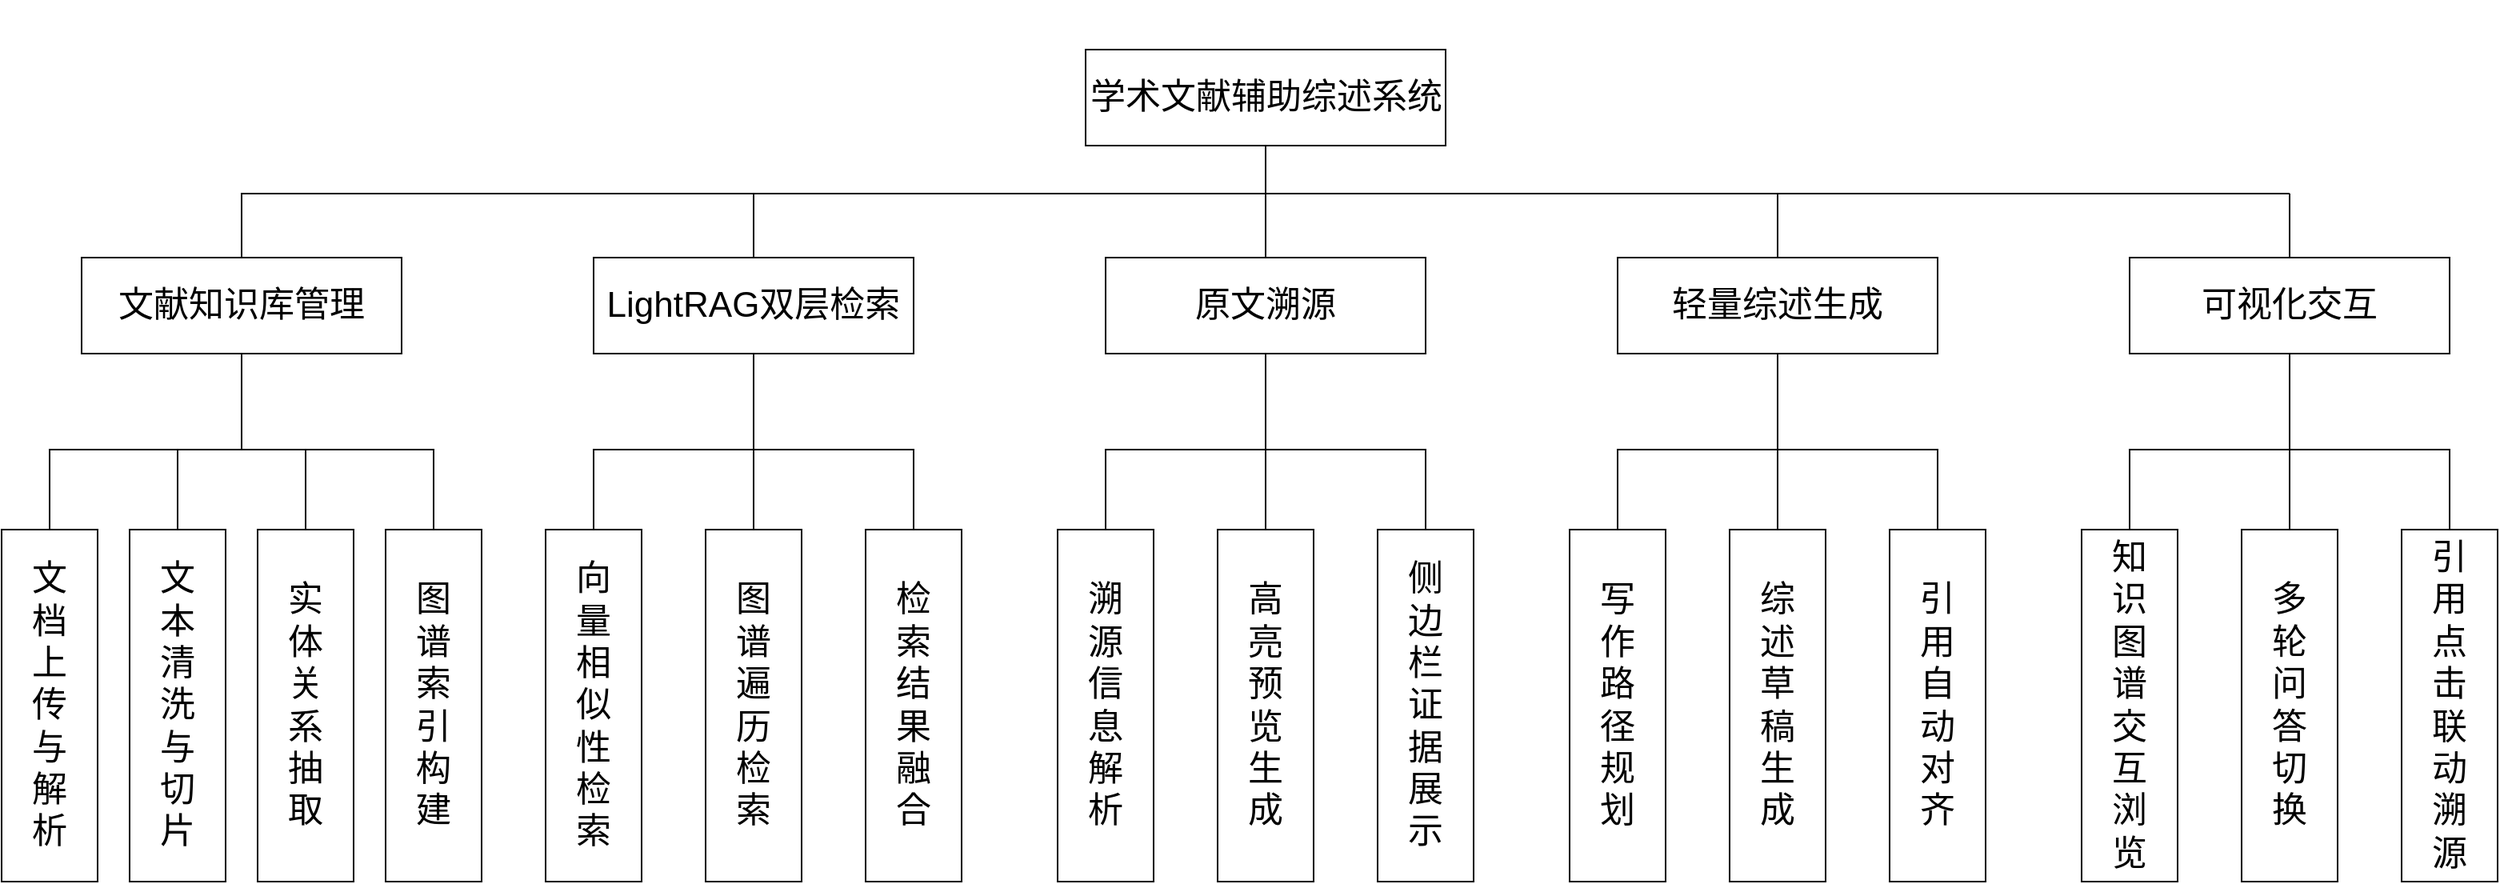
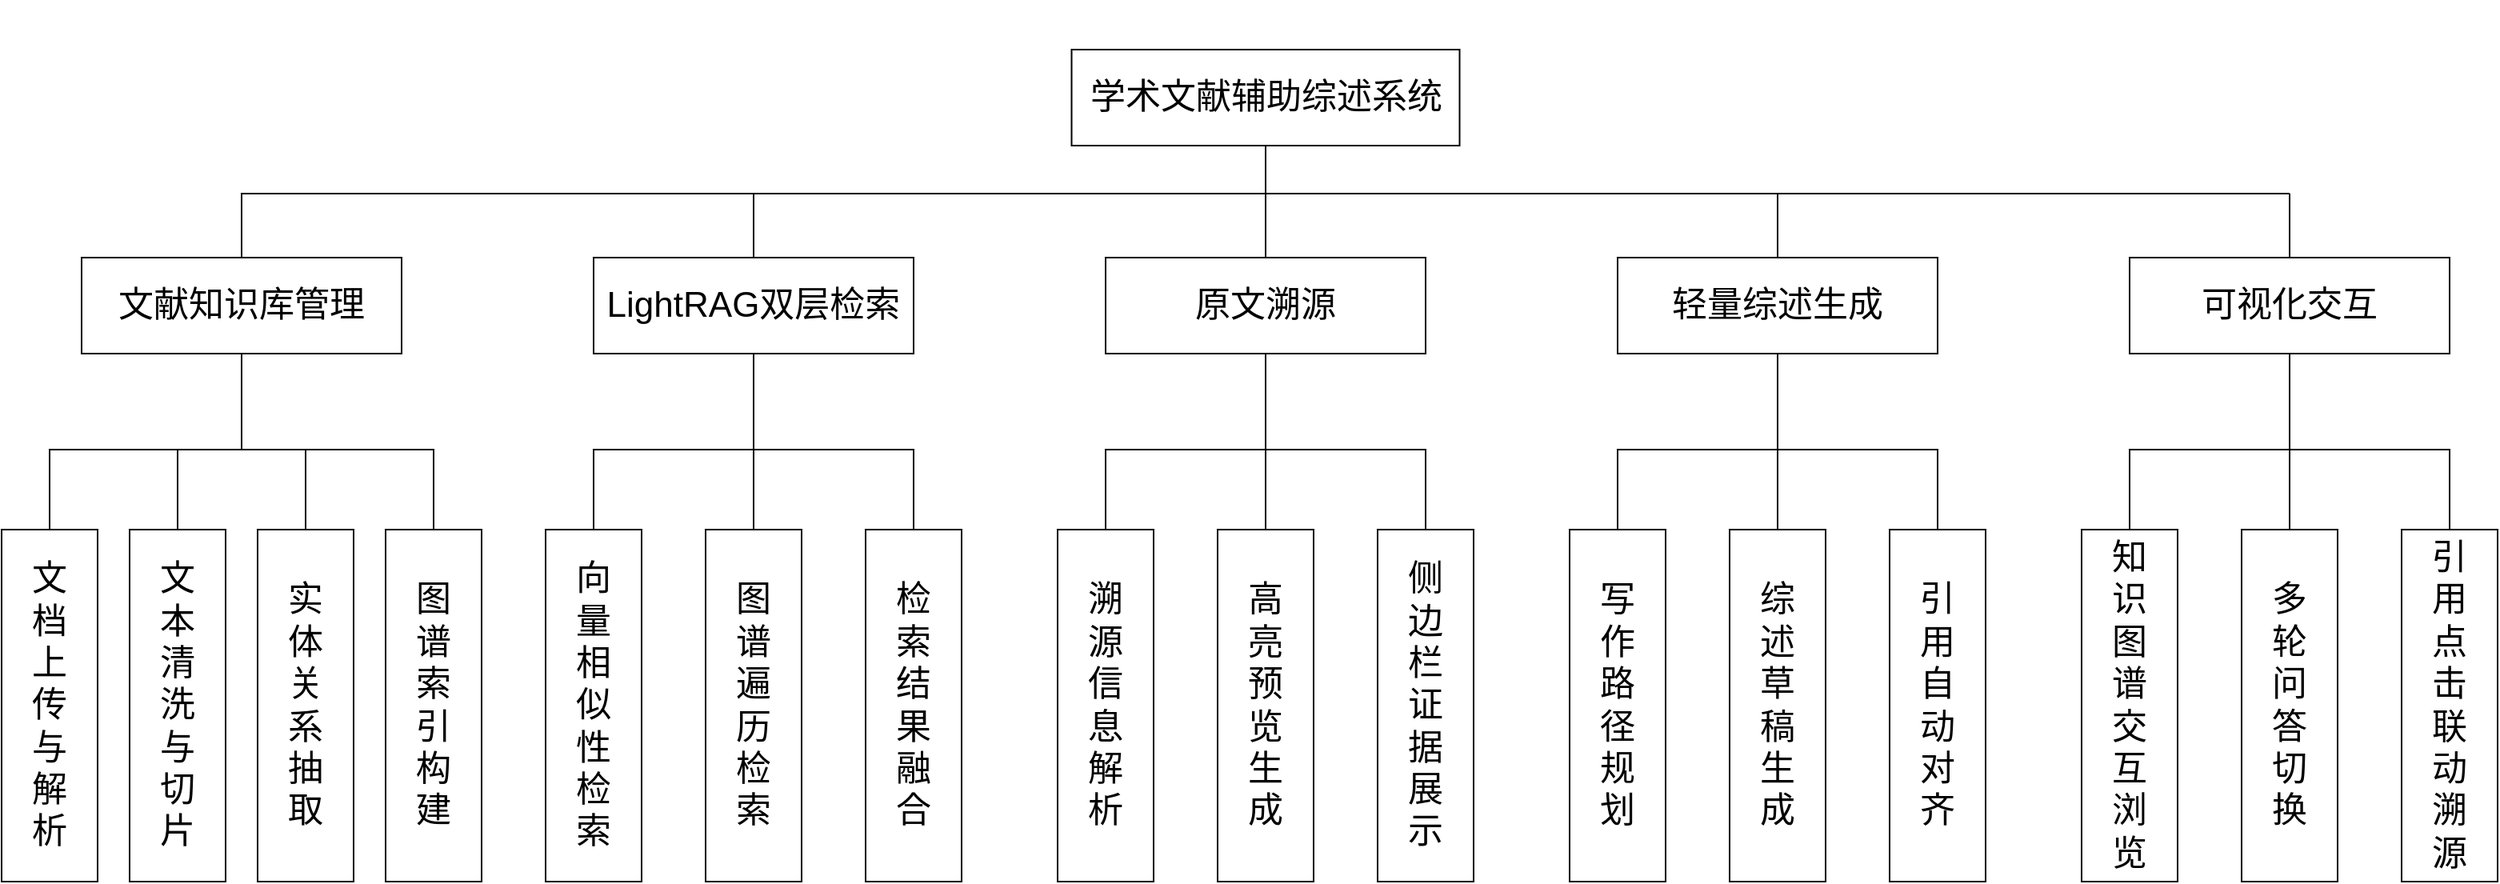
<mxfile host="app.diagrams.net" agent="Mozilla/5.0 (Windows NT 10.0; Win64; x64) AppleWebKit/537.36 (KHTML, like Gecko) Chrome/143.0.0.0 Safari/537.36 Edg/143.0.0.0">
  <diagram name="第 1 页" id="kCGOB4NbzOLxN3a2imSw">
    <mxGraphModel dx="2846" dy="1015" grid="1" gridSize="10" guides="1" tooltips="1" connect="1" arrows="1" fold="1" page="0" pageScale="1" pageWidth="827" pageHeight="1169" math="0" shadow="0">
      <root>
        <mxCell id="0" />
        <mxCell id="1" parent="0" />
        <mxCell id="-he248ucSGp0f2jcVjUM-1" parent="1" style="rounded=0;whiteSpace=wrap;html=1;fontSize=22;" value="&lt;font&gt;学术文献辅助综述系统&lt;/font&gt;" vertex="1">
-           <mxGeometry height="60" width="225" x="-112.5" y="60" as="geometry" />
+           <mxGeometry height="60" width="242.5" x="-121.25" y="60" as="geometry" />
        </mxCell>
        <mxCell id="-he248ucSGp0f2jcVjUM-2" parent="1" style="rounded=0;whiteSpace=wrap;html=1;fontSize=22;" value="&lt;font&gt;文献知识库管理&lt;/font&gt;" vertex="1">
          <mxGeometry height="60" width="200" x="-740" y="190" as="geometry" />
        </mxCell>
        <mxCell id="-he248ucSGp0f2jcVjUM-3" parent="1" style="rounded=0;whiteSpace=wrap;html=1;fontSize=22;" value="&lt;font&gt;LightRAG双层检索&lt;/font&gt;" vertex="1">
          <mxGeometry height="60" width="200" x="-420" y="190" as="geometry" />
        </mxCell>
        <mxCell id="-he248ucSGp0f2jcVjUM-4" parent="1" style="rounded=0;whiteSpace=wrap;html=1;fontSize=22;" value="&lt;span&gt;轻量综述生成&lt;/span&gt;" vertex="1">
          <mxGeometry height="60" width="200" x="220" y="190" as="geometry" />
        </mxCell>
        <mxCell id="-he248ucSGp0f2jcVjUM-5" parent="1" style="rounded=0;whiteSpace=wrap;html=1;fontSize=22;" value="&lt;span&gt;可视化交互&lt;/span&gt;" vertex="1">
          <mxGeometry height="60" width="200" x="540" y="190" as="geometry" />
        </mxCell>
        <mxCell id="-he248ucSGp0f2jcVjUM-8" parent="1" style="shape=partialRectangle;whiteSpace=wrap;html=1;bottom=0;right=0;fillColor=none;fontSize=22;" value="" vertex="1">
          <mxGeometry height="40" width="480" x="-640" y="150" as="geometry" />
        </mxCell>
        <mxCell id="-he248ucSGp0f2jcVjUM-9" parent="1" style="shape=partialRectangle;whiteSpace=wrap;html=1;bottom=0;right=0;fillColor=none;rotation=-180;fontSize=22;" value="" vertex="1">
          <mxGeometry height="30" width="480" x="-480" y="120" as="geometry" />
        </mxCell>
        <mxCell id="-he248ucSGp0f2jcVjUM-12" parent="1" style="shape=partialRectangle;whiteSpace=wrap;html=1;top=0;bottom=0;fillColor=none;fontSize=22;" value="" vertex="1">
          <mxGeometry height="40" width="320" y="150" as="geometry" />
        </mxCell>
        <mxCell id="-he248ucSGp0f2jcVjUM-14" parent="1" style="shape=partialRectangle;whiteSpace=wrap;html=1;right=0;top=0;bottom=0;fillColor=none;routingCenterX=-0.5;rotation=-90;fontSize=22;" value="" vertex="1">
          <mxGeometry height="480" width="120" x="180" y="-150" as="geometry" />
        </mxCell>
        <mxCell id="-he248ucSGp0f2jcVjUM-15" parent="1" style="shape=partialRectangle;whiteSpace=wrap;html=1;top=0;bottom=0;fillColor=none;fontSize=22;" value="" vertex="1">
          <mxGeometry height="40" width="320" x="-320" y="150" as="geometry" />
        </mxCell>
        <mxCell id="-he248ucSGp0f2jcVjUM-16" parent="1" style="shape=partialRectangle;whiteSpace=wrap;html=1;right=0;top=0;bottom=0;fillColor=none;routingCenterX=-0.5;fontSize=22;" value="" vertex="1">
          <mxGeometry height="60" width="120" x="-640" y="250" as="geometry" />
        </mxCell>
        <mxCell id="-he248ucSGp0f2jcVjUM-17" parent="1" style="shape=partialRectangle;whiteSpace=wrap;html=1;right=0;top=0;bottom=0;fillColor=none;routingCenterX=-0.5;fontSize=22;" value="" vertex="1">
          <mxGeometry height="60" width="120" x="-320" y="250" as="geometry" />
        </mxCell>
        <mxCell id="-he248ucSGp0f2jcVjUM-18" parent="1" style="shape=partialRectangle;whiteSpace=wrap;html=1;right=0;top=0;bottom=0;fillColor=none;routingCenterX=-0.5;fontSize=22;" value="" vertex="1">
          <mxGeometry height="60" width="120" x="320" y="250" as="geometry" />
        </mxCell>
        <mxCell id="-he248ucSGp0f2jcVjUM-19" parent="1" style="shape=partialRectangle;whiteSpace=wrap;html=1;right=0;top=0;bottom=0;fillColor=none;routingCenterX=-0.5;fontSize=22;" value="" vertex="1">
          <mxGeometry height="60" width="120" x="640" y="250" as="geometry" />
        </mxCell>
        <mxCell id="-he248ucSGp0f2jcVjUM-20" parent="1" style="shape=partialRectangle;whiteSpace=wrap;html=1;bottom=0;right=0;fillColor=none;flipH=0;legacyAnchorPoints=0;flipV=0;fontSize=22;" value="" vertex="1">
          <mxGeometry height="50" width="120" x="-760" y="310" as="geometry" />
        </mxCell>
        <mxCell id="-he248ucSGp0f2jcVjUM-23" parent="1" style="shape=partialRectangle;whiteSpace=wrap;html=1;bottom=0;right=0;fillColor=none;flipH=1;legacyAnchorPoints=0;flipV=0;fontSize=22;" value="" vertex="1">
          <mxGeometry height="50" width="120" x="-640" y="310" as="geometry" />
        </mxCell>
        <mxCell id="-he248ucSGp0f2jcVjUM-24" parent="1" style="shape=partialRectangle;whiteSpace=wrap;html=1;top=0;bottom=0;fillColor=none;fontSize=22;" value="" vertex="1">
          <mxGeometry height="50" width="80" x="-680" y="310" as="geometry" />
        </mxCell>
        <mxCell id="-he248ucSGp0f2jcVjUM-26" parent="1" style="shape=partialRectangle;whiteSpace=wrap;html=1;bottom=0;right=0;fillColor=none;flipH=0;legacyAnchorPoints=0;flipV=0;fontSize=22;" value="" vertex="1">
          <mxGeometry height="50" width="100" x="-420" y="310" as="geometry" />
        </mxCell>
        <mxCell id="-he248ucSGp0f2jcVjUM-36" parent="1" style="rounded=0;whiteSpace=wrap;html=1;fontSize=22;" value="&lt;font&gt;文&lt;/font&gt;&lt;div&gt;&lt;font&gt;档&lt;/font&gt;&lt;/div&gt;&lt;div&gt;&lt;font&gt;上&lt;/font&gt;&lt;/div&gt;&lt;div&gt;&lt;font&gt;传&lt;/font&gt;&lt;/div&gt;&lt;div&gt;&lt;font&gt;与&lt;/font&gt;&lt;/div&gt;&lt;div&gt;&lt;font&gt;解&lt;/font&gt;&lt;/div&gt;&lt;div&gt;&lt;font&gt;析&lt;/font&gt;&lt;/div&gt;" vertex="1">
          <mxGeometry height="220" width="60" x="-790" y="360" as="geometry" />
        </mxCell>
        <mxCell id="-he248ucSGp0f2jcVjUM-37" parent="1" style="rounded=0;whiteSpace=wrap;html=1;fontSize=22;" value="&lt;font&gt;文&lt;/font&gt;&lt;div&gt;&lt;font&gt;本&lt;/font&gt;&lt;/div&gt;&lt;div&gt;&lt;font&gt;清&lt;/font&gt;&lt;/div&gt;&lt;div&gt;&lt;font&gt;洗&lt;/font&gt;&lt;/div&gt;&lt;div&gt;&lt;font&gt;与&lt;/font&gt;&lt;/div&gt;&lt;div&gt;&lt;span style=&quot;background-color: transparent; color: light-dark(rgb(0, 0, 0), rgb(255, 255, 255));&quot;&gt;&lt;font&gt;切&lt;/font&gt;&lt;/span&gt;&lt;/div&gt;&lt;div&gt;&lt;span style=&quot;background-color: transparent; color: light-dark(rgb(0, 0, 0), rgb(255, 255, 255));&quot;&gt;&lt;font&gt;片&lt;/font&gt;&lt;/span&gt;&lt;/div&gt;" vertex="1">
          <mxGeometry height="220" width="60" x="-710" y="360" as="geometry" />
        </mxCell>
        <mxCell id="-he248ucSGp0f2jcVjUM-38" parent="1" style="rounded=0;whiteSpace=wrap;html=1;fontSize=22;" value="&lt;font&gt;实&lt;/font&gt;&lt;div&gt;&lt;font&gt;体&lt;/font&gt;&lt;/div&gt;&lt;div&gt;&lt;font&gt;关&lt;/font&gt;&lt;/div&gt;&lt;div&gt;&lt;font&gt;系&lt;/font&gt;&lt;/div&gt;&lt;div&gt;&lt;font&gt;抽&lt;/font&gt;&lt;/div&gt;&lt;div&gt;&lt;font&gt;取&lt;/font&gt;&lt;/div&gt;" vertex="1">
          <mxGeometry height="220" width="60" x="-630" y="360" as="geometry" />
        </mxCell>
        <mxCell id="-he248ucSGp0f2jcVjUM-39" parent="1" style="rounded=0;whiteSpace=wrap;html=1;fontSize=22;" value="&lt;font&gt;图&lt;/font&gt;&lt;div&gt;&lt;font&gt;谱&lt;/font&gt;&lt;/div&gt;&lt;div&gt;&lt;font&gt;索&lt;/font&gt;&lt;/div&gt;&lt;div&gt;&lt;font&gt;引&lt;/font&gt;&lt;/div&gt;&lt;div&gt;&lt;font&gt;构&lt;/font&gt;&lt;/div&gt;&lt;div&gt;&lt;font&gt;建&lt;/font&gt;&lt;/div&gt;" vertex="1">
          <mxGeometry height="220" width="60" x="-550" y="360" as="geometry" />
        </mxCell>
        <mxCell id="-he248ucSGp0f2jcVjUM-40" parent="1" style="rounded=0;whiteSpace=wrap;html=1;fontSize=22;" value="&lt;font&gt;向&lt;/font&gt;&lt;div&gt;&lt;font&gt;量&lt;/font&gt;&lt;/div&gt;&lt;div&gt;&lt;font&gt;相&lt;/font&gt;&lt;/div&gt;&lt;div&gt;&lt;font&gt;似&lt;/font&gt;&lt;/div&gt;&lt;div&gt;&lt;font&gt;性&lt;/font&gt;&lt;/div&gt;&lt;div&gt;&lt;font&gt;检&lt;/font&gt;&lt;/div&gt;&lt;div&gt;&lt;font&gt;索&lt;/font&gt;&lt;/div&gt;" vertex="1">
          <mxGeometry height="220" width="60" x="-450" y="360" as="geometry" />
        </mxCell>
        <mxCell id="-he248ucSGp0f2jcVjUM-41" parent="1" style="rounded=0;whiteSpace=wrap;html=1;fontSize=22;" value="图&lt;div&gt;谱&lt;/div&gt;&lt;div&gt;遍&lt;/div&gt;&lt;div&gt;历&lt;/div&gt;&lt;div&gt;检&lt;/div&gt;&lt;div&gt;索&lt;/div&gt;" vertex="1">
          <mxGeometry height="220" width="60" x="-350" y="360" as="geometry" />
        </mxCell>
        <mxCell id="-he248ucSGp0f2jcVjUM-42" parent="1" style="rounded=0;whiteSpace=wrap;html=1;fontSize=22;" value="&lt;font&gt;检&lt;/font&gt;&lt;div&gt;&lt;font&gt;索&lt;/font&gt;&lt;/div&gt;&lt;div&gt;&lt;font&gt;结&lt;/font&gt;&lt;/div&gt;&lt;div&gt;&lt;font&gt;果&lt;/font&gt;&lt;/div&gt;&lt;div&gt;&lt;font&gt;融&lt;/font&gt;&lt;/div&gt;&lt;div&gt;&lt;font&gt;合&lt;/font&gt;&lt;/div&gt;" vertex="1">
          <mxGeometry height="220" width="60" x="-250" y="360" as="geometry" />
        </mxCell>
        <mxCell id="-he248ucSGp0f2jcVjUM-45" parent="1" style="shape=partialRectangle;whiteSpace=wrap;html=1;bottom=0;right=0;fillColor=none;flipH=1;legacyAnchorPoints=0;flipV=0;fontSize=22;" value="" vertex="1">
          <mxGeometry height="50" width="100" x="-320" y="310" as="geometry" />
        </mxCell>
        <mxCell id="-he248ucSGp0f2jcVjUM-52" parent="1" style="rounded=0;whiteSpace=wrap;html=1;fontSize=22;" value="&lt;font&gt;写&lt;/font&gt;&lt;div&gt;&lt;font&gt;作&lt;/font&gt;&lt;/div&gt;&lt;div&gt;&lt;font&gt;路&lt;/font&gt;&lt;/div&gt;&lt;div&gt;&lt;font&gt;径&lt;/font&gt;&lt;/div&gt;&lt;div&gt;&lt;font&gt;规&lt;/font&gt;&lt;/div&gt;&lt;div&gt;&lt;font&gt;划&lt;/font&gt;&lt;/div&gt;" vertex="1">
          <mxGeometry height="220" width="60" x="190" y="360" as="geometry" />
        </mxCell>
        <mxCell id="-he248ucSGp0f2jcVjUM-53" parent="1" style="rounded=0;whiteSpace=wrap;html=1;fontSize=22;" value="&lt;font&gt;综&lt;/font&gt;&lt;div&gt;&lt;font&gt;述&lt;/font&gt;&lt;/div&gt;&lt;div&gt;&lt;font&gt;草&lt;/font&gt;&lt;/div&gt;&lt;div&gt;&lt;font&gt;稿&lt;/font&gt;&lt;/div&gt;&lt;div&gt;&lt;font&gt;生&lt;/font&gt;&lt;/div&gt;&lt;div&gt;&lt;font&gt;成&lt;/font&gt;&lt;/div&gt;" vertex="1">
          <mxGeometry height="220" width="60" x="290" y="360" as="geometry" />
        </mxCell>
        <mxCell id="-he248ucSGp0f2jcVjUM-54" parent="1" style="rounded=0;whiteSpace=wrap;html=1;fontSize=22;" value="&lt;font&gt;引&lt;/font&gt;&lt;div&gt;&lt;font&gt;用&lt;/font&gt;&lt;/div&gt;&lt;div&gt;&lt;font&gt;自&lt;/font&gt;&lt;/div&gt;&lt;div&gt;&lt;font&gt;动&lt;/font&gt;&lt;/div&gt;&lt;div&gt;&lt;font&gt;对&lt;/font&gt;&lt;/div&gt;&lt;div&gt;&lt;font&gt;齐&lt;/font&gt;&lt;/div&gt;" vertex="1">
          <mxGeometry height="220" width="60" x="390" y="360" as="geometry" />
        </mxCell>
        <mxCell id="-he248ucSGp0f2jcVjUM-55" parent="1" style="rounded=0;whiteSpace=wrap;html=1;fontSize=22;" value="&lt;font&gt;知&lt;/font&gt;&lt;div&gt;&lt;font&gt;识&lt;/font&gt;&lt;/div&gt;&lt;div&gt;&lt;font&gt;图&lt;/font&gt;&lt;/div&gt;&lt;div&gt;&lt;font&gt;谱&lt;/font&gt;&lt;/div&gt;&lt;div&gt;交&lt;/div&gt;&lt;div&gt;互&lt;/div&gt;&lt;div&gt;浏&lt;/div&gt;&lt;div&gt;览&lt;/div&gt;" vertex="1">
          <mxGeometry height="220" width="60" x="510" y="360" as="geometry" />
        </mxCell>
        <mxCell id="-he248ucSGp0f2jcVjUM-56" parent="1" style="rounded=0;whiteSpace=wrap;html=1;fontSize=22;" value="多&lt;div&gt;轮&lt;/div&gt;&lt;div&gt;问&lt;/div&gt;&lt;div&gt;答&lt;/div&gt;&lt;div&gt;切&lt;/div&gt;&lt;div&gt;换&lt;/div&gt;" vertex="1">
          <mxGeometry height="220" width="60" x="610" y="360" as="geometry" />
        </mxCell>
        <mxCell id="-he248ucSGp0f2jcVjUM-57" parent="1" style="rounded=0;whiteSpace=wrap;html=1;fontSize=22;" value="引&lt;div&gt;用&lt;/div&gt;&lt;div&gt;点&lt;/div&gt;&lt;div&gt;击&lt;/div&gt;&lt;div&gt;联&lt;/div&gt;&lt;div&gt;动&lt;/div&gt;&lt;div&gt;溯&lt;/div&gt;&lt;div&gt;源&lt;/div&gt;" vertex="1">
          <mxGeometry height="220" width="60" x="710" y="360" as="geometry" />
        </mxCell>
        <mxCell id="-he248ucSGp0f2jcVjUM-58" parent="1" style="shape=partialRectangle;whiteSpace=wrap;html=1;right=0;top=0;bottom=0;fillColor=none;routingCenterX=-0.5;fontSize=22;" value="" vertex="1">
          <mxGeometry height="50" width="120" x="-320" y="310" as="geometry" />
        </mxCell>
        <mxCell id="-he248ucSGp0f2jcVjUM-59" parent="1" style="shape=partialRectangle;whiteSpace=wrap;html=1;bottom=0;right=0;fillColor=none;flipH=0;legacyAnchorPoints=0;flipV=0;fontSize=22;" value="" vertex="1">
          <mxGeometry height="50" width="100" x="220" y="310" as="geometry" />
        </mxCell>
        <mxCell id="-he248ucSGp0f2jcVjUM-60" parent="1" style="shape=partialRectangle;whiteSpace=wrap;html=1;bottom=0;right=0;fillColor=none;flipH=1;legacyAnchorPoints=0;flipV=0;fontSize=22;" value="" vertex="1">
          <mxGeometry height="50" width="100" x="320" y="310" as="geometry" />
        </mxCell>
        <mxCell id="-he248ucSGp0f2jcVjUM-61" parent="1" style="shape=partialRectangle;whiteSpace=wrap;html=1;right=0;top=0;bottom=0;fillColor=none;routingCenterX=-0.5;fontSize=22;" value="" vertex="1">
          <mxGeometry height="50" width="120" x="320" y="310" as="geometry" />
        </mxCell>
        <mxCell id="-he248ucSGp0f2jcVjUM-62" parent="1" style="shape=partialRectangle;whiteSpace=wrap;html=1;bottom=0;right=0;fillColor=none;flipH=0;legacyAnchorPoints=0;flipV=0;fontSize=22;" value="" vertex="1">
          <mxGeometry height="50" width="100" x="540" y="310" as="geometry" />
        </mxCell>
        <mxCell id="-he248ucSGp0f2jcVjUM-63" parent="1" style="shape=partialRectangle;whiteSpace=wrap;html=1;bottom=0;right=0;fillColor=none;flipH=1;legacyAnchorPoints=0;flipV=0;fontSize=22;" value="" vertex="1">
          <mxGeometry height="50" width="100" x="640" y="310" as="geometry" />
        </mxCell>
        <mxCell id="-he248ucSGp0f2jcVjUM-64" parent="1" style="shape=partialRectangle;whiteSpace=wrap;html=1;right=0;top=0;bottom=0;fillColor=none;routingCenterX=-0.5;fontSize=22;" value="" vertex="1">
          <mxGeometry height="50" width="120" x="640" y="310" as="geometry" />
        </mxCell>
        <mxCell id="vCzkm_Gih3kLxXcJVuX2-3" edge="1" parent="1" style="endArrow=none;html=1;rounded=0;fontSize=22;" value="">
          <mxGeometry height="50" relative="1" width="50" as="geometry">
            <mxPoint x="480" y="150" as="sourcePoint" />
            <mxPoint x="640" y="150" as="targetPoint" />
          </mxGeometry>
        </mxCell>
        <mxCell id="vCzkm_Gih3kLxXcJVuX2-4" edge="1" parent="1" style="endArrow=none;html=1;rounded=0;entryX=0.5;entryY=0;entryDx=0;entryDy=0;endFill=0;fontSize=22;" target="-he248ucSGp0f2jcVjUM-5" value="">
          <mxGeometry height="50" relative="1" width="50" as="geometry">
            <mxPoint x="640" y="150" as="sourcePoint" />
            <mxPoint x="690" y="100" as="targetPoint" />
          </mxGeometry>
        </mxCell>
        <mxCell id="vCzkm_Gih3kLxXcJVuX2-6" parent="1" style="rounded=0;whiteSpace=wrap;html=1;fontSize=22;" value="&lt;font&gt;原文溯源&lt;/font&gt;" vertex="1">
          <mxGeometry height="60" width="200" x="-100" y="190" as="geometry" />
        </mxCell>
        <mxCell id="vCzkm_Gih3kLxXcJVuX2-7" parent="1" style="shape=partialRectangle;whiteSpace=wrap;html=1;right=0;top=0;bottom=0;fillColor=none;routingCenterX=-0.5;fontSize=22;" value="" vertex="1">
          <mxGeometry height="60" width="120" y="250" as="geometry" />
        </mxCell>
        <mxCell id="vCzkm_Gih3kLxXcJVuX2-8" parent="1" style="shape=partialRectangle;whiteSpace=wrap;html=1;bottom=0;right=0;fillColor=none;flipH=0;legacyAnchorPoints=0;flipV=0;fontSize=22;" value="" vertex="1">
          <mxGeometry height="50" width="100" x="-100" y="310" as="geometry" />
        </mxCell>
        <mxCell id="vCzkm_Gih3kLxXcJVuX2-9" parent="1" style="rounded=0;whiteSpace=wrap;html=1;fontSize=22;" value="&lt;span&gt;溯&lt;/span&gt;&lt;div&gt;&lt;span&gt;源&lt;/span&gt;&lt;/div&gt;&lt;div&gt;&lt;span&gt;信&lt;/span&gt;&lt;/div&gt;&lt;div&gt;&lt;span&gt;息&lt;/span&gt;&lt;/div&gt;&lt;div&gt;&lt;span&gt;解&lt;/span&gt;&lt;/div&gt;&lt;div&gt;&lt;span&gt;析&lt;/span&gt;&lt;/div&gt;" vertex="1">
          <mxGeometry height="220" width="60" x="-130" y="360" as="geometry" />
        </mxCell>
        <mxCell id="vCzkm_Gih3kLxXcJVuX2-10" parent="1" style="rounded=0;whiteSpace=wrap;html=1;fontSize=22;" value="&lt;span&gt;高&lt;/span&gt;&lt;div&gt;&lt;span&gt;亮&lt;/span&gt;&lt;/div&gt;&lt;div&gt;&lt;span&gt;预&lt;/span&gt;&lt;/div&gt;&lt;div&gt;&lt;span&gt;览&lt;/span&gt;&lt;/div&gt;&lt;div&gt;&lt;span&gt;生&lt;/span&gt;&lt;/div&gt;&lt;div&gt;&lt;span&gt;成&lt;/span&gt;&lt;/div&gt;" vertex="1">
          <mxGeometry height="220" width="60" x="-30" y="360" as="geometry" />
        </mxCell>
        <mxCell id="vCzkm_Gih3kLxXcJVuX2-11" parent="1" style="rounded=0;whiteSpace=wrap;html=1;fontSize=22;" value="&lt;span&gt;侧&lt;/span&gt;&lt;div&gt;&lt;span&gt;边&lt;/span&gt;&lt;/div&gt;&lt;div&gt;&lt;span&gt;栏&lt;/span&gt;&lt;/div&gt;&lt;div&gt;&lt;span&gt;证&lt;/span&gt;&lt;/div&gt;&lt;div&gt;&lt;span&gt;据&lt;/span&gt;&lt;/div&gt;&lt;div&gt;&lt;span&gt;展&lt;/span&gt;&lt;/div&gt;&lt;div&gt;&lt;span&gt;示&lt;/span&gt;&lt;/div&gt;" vertex="1">
          <mxGeometry height="220" width="60" x="70" y="360" as="geometry" />
        </mxCell>
        <mxCell id="vCzkm_Gih3kLxXcJVuX2-12" parent="1" style="shape=partialRectangle;whiteSpace=wrap;html=1;bottom=0;right=0;fillColor=none;flipH=1;legacyAnchorPoints=0;flipV=0;fontSize=22;" value="" vertex="1">
          <mxGeometry height="50" width="100" y="310" as="geometry" />
        </mxCell>
        <mxCell id="vCzkm_Gih3kLxXcJVuX2-13" parent="1" style="shape=partialRectangle;whiteSpace=wrap;html=1;right=0;top=0;bottom=0;fillColor=none;routingCenterX=-0.5;fontSize=22;" value="" vertex="1">
          <mxGeometry height="50" width="120" y="310" as="geometry" />
        </mxCell>
      </root>
    </mxGraphModel>
  </diagram>
</mxfile>
